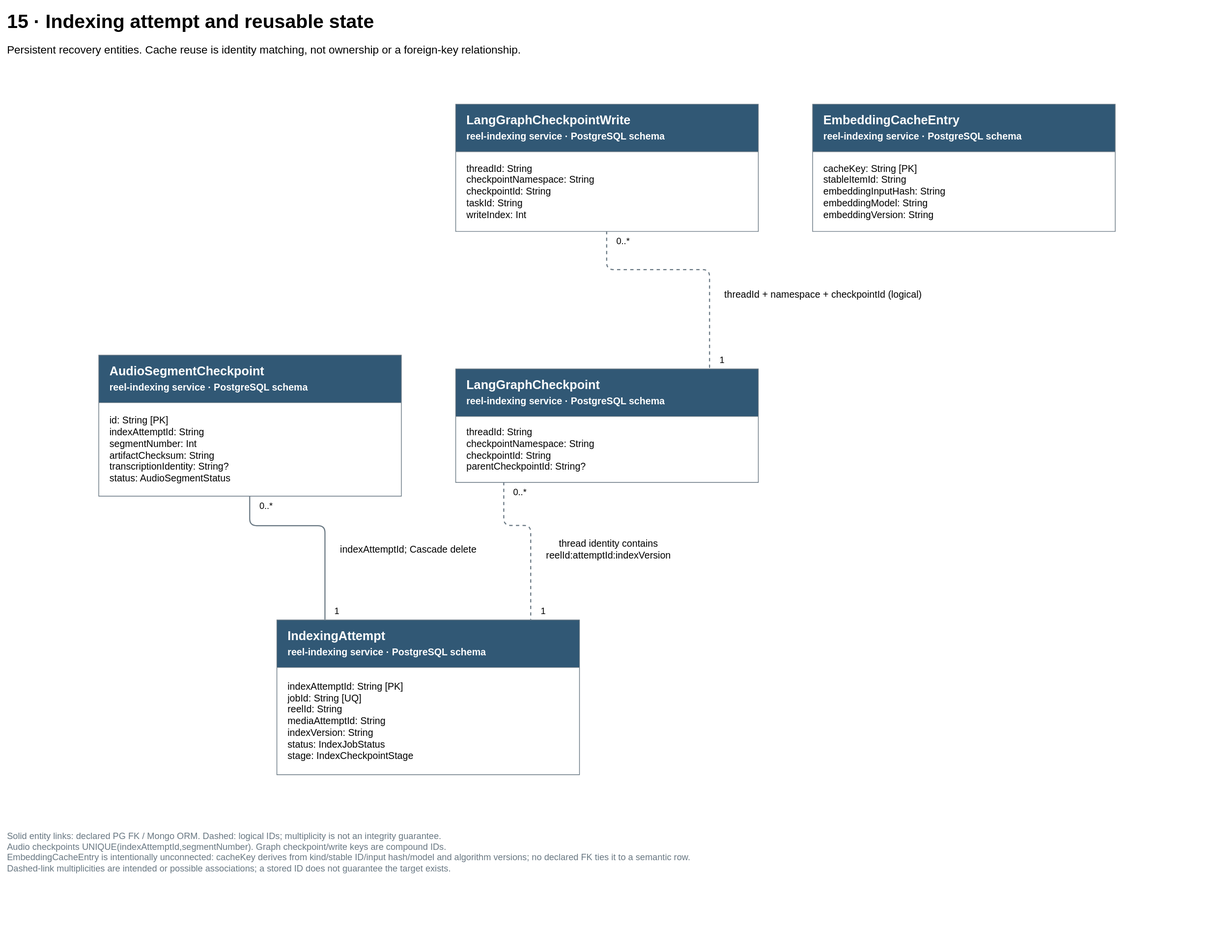
Above: docs/diagrams/velora-current/importable-svg/15-index-state.drawio.svg in HieuCuteDangYeu/velora-backend (draw.io), before the change. Source tidied: cells renumbered, new cells last; positions are measured from the earlier drawing's top-left corner, leaving out a move shared by most shapes.
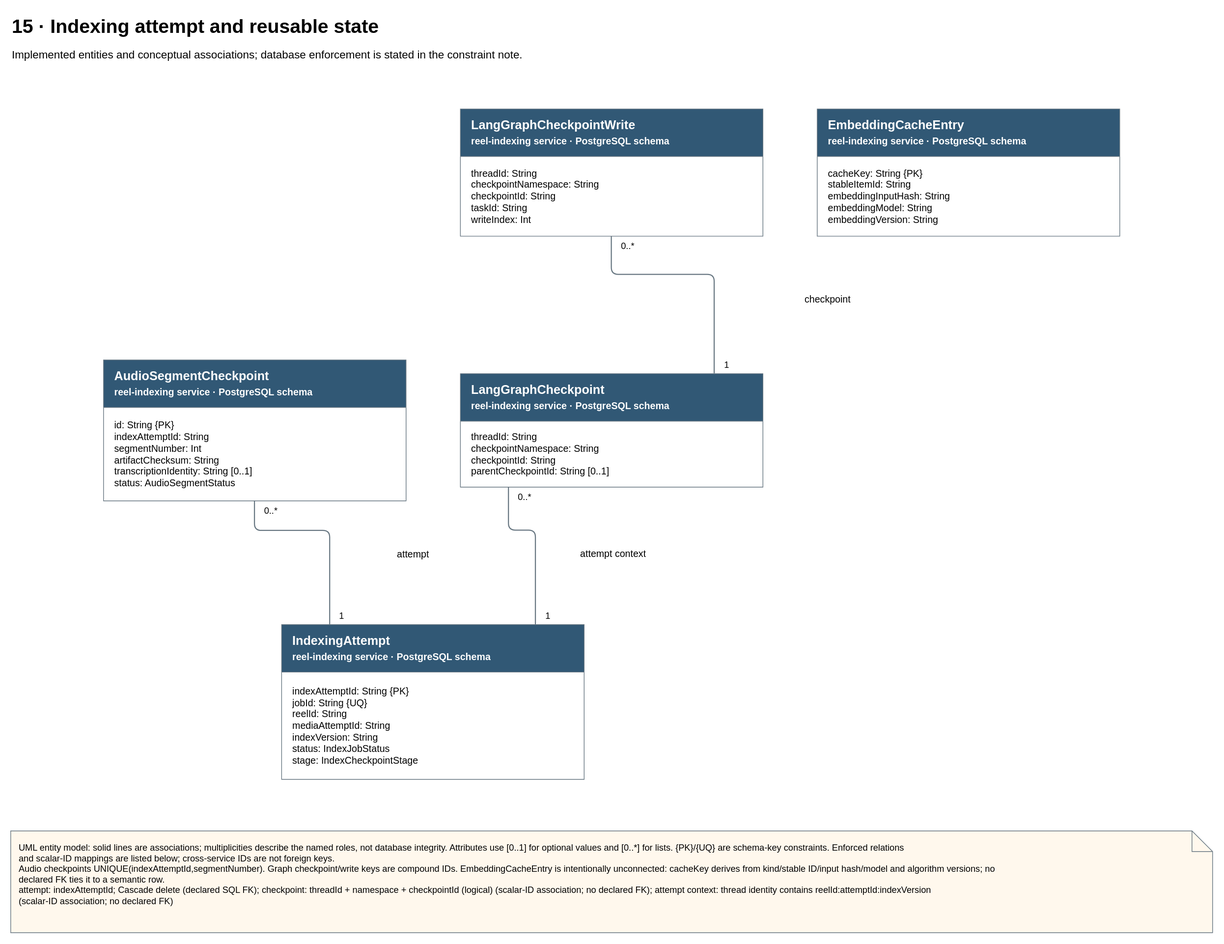
Later version of the same file.

Change to the diagram source:
```diff
@@ -10,7 +10,7 @@
         </Array>
       </mxGeometry>
     </mxCell>
-    <mxCell id="3" value="indexAttemptId; Cascade delete" style="text;html=1;whiteSpace=wrap;overflow=hidden;fontFamily=Arial;fontSize=14;align=center;verticalAlign=middle;fillColor=#ffffff;spacing=0;fontFamily=Arial;" parent="1" vertex="1">
+    <mxCell id="3" value="attempt" style="text;html=1;whiteSpace=wrap;overflow=hidden;fontFamily=Arial;fontSize=14;align=center;verticalAlign=middle;fillColor=#ffffff;spacing=0;fontFamily=Arial;" parent="1" vertex="1">
       <mxGeometry x="471.4" y="774.6" width="228.6" height="32" as="geometry" />
     </mxCell>
     <mxCell id="4" value="0..*" style="text;html=1;whiteSpace=wrap;overflow=hidden;fontFamily=Arial;fontSize=13;align=left;verticalAlign=middle;fontFamily=Arial;" parent="1" vertex="1">
@@ -19,7 +19,7 @@
     <mxCell id="5" value="1" style="text;html=1;whiteSpace=wrap;overflow=hidden;fontFamily=Arial;fontSize=13;align=left;verticalAlign=middle;fontFamily=Arial;" parent="1" vertex="1">
       <mxGeometry x="476.4" y="870" width="48" height="18" as="geometry" />
     </mxCell>
-    <mxCell id="6" style="edgeStyle=none;noEdgeStyle=1;html=1;strokeColor=#687782;strokeWidth=1.6;jumpStyle=arc;jumpSize=12;exitPerimeter=0;entryPerimeter=0;exitX=0.5;exitY=1.0;entryX=0.8400000000000001;entryY=0.0;endArrow=none;dashed=1;fontFamily=Arial;" parent="1" edge="1" source="20" target="18">
+    <mxCell id="6" style="edgeStyle=none;noEdgeStyle=1;html=1;strokeColor=#687782;strokeWidth=1.6;jumpStyle=arc;jumpSize=12;exitPerimeter=0;entryPerimeter=0;exitX=0.5;exitY=1.0;entryX=0.8400000000000001;entryY=0.0;endArrow=none;fontFamily=Arial;" parent="1" edge="1" source="20" target="18">
       <mxGeometry relative="1" as="geometry">
         <Array as="points">
           <mxPoint x="874" y="384" />
@@ -27,7 +27,7 @@
         </Array>
       </mxGeometry>
     </mxCell>
-    <mxCell id="7" value="threadId + namespace + checkpointId (logical)" style="text;html=1;whiteSpace=wrap;overflow=hidden;fontFamily=Arial;fontSize=14;align=center;verticalAlign=middle;fillColor=#ffffff;spacing=0;fontFamily=Arial;" parent="1" vertex="1">
+    <mxCell id="7" value="checkpoint" style="text;html=1;whiteSpace=wrap;overflow=hidden;fontFamily=Arial;fontSize=14;align=center;verticalAlign=middle;fillColor=#ffffff;spacing=0;fontFamily=Arial;" parent="1" vertex="1">
       <mxGeometry x="1030.6" y="404" width="314.8" height="32" as="geometry" />
     </mxCell>
     <mxCell id="8" value="0..*" style="text;html=1;whiteSpace=wrap;overflow=hidden;fontFamily=Arial;fontSize=13;align=left;verticalAlign=middle;fontFamily=Arial;" parent="1" vertex="1">
@@ -36,7 +36,7 @@
     <mxCell id="9" value="1" style="text;html=1;whiteSpace=wrap;overflow=hidden;fontFamily=Arial;fontSize=13;align=left;verticalAlign=middle;fontFamily=Arial;" parent="1" vertex="1">
       <mxGeometry x="1035.6" y="505" width="48" height="18" as="geometry" />
     </mxCell>
-    <mxCell id="10" style="edgeStyle=none;noEdgeStyle=1;html=1;strokeColor=#687782;strokeWidth=1.6;jumpStyle=arc;jumpSize=12;exitPerimeter=0;entryPerimeter=0;exitX=0.15999999999999995;exitY=1.0;entryX=0.8400000000000002;entryY=0.0;endArrow=none;dashed=1;fontFamily=Arial;" parent="1" edge="1" source="18" target="14">
+    <mxCell id="10" style="edgeStyle=none;noEdgeStyle=1;html=1;strokeColor=#687782;strokeWidth=1.6;jumpStyle=arc;jumpSize=12;exitPerimeter=0;entryPerimeter=0;exitX=0.15999999999999995;exitY=1.0;entryX=0.8400000000000002;entryY=0.0;endArrow=none;fontFamily=Arial;" parent="1" edge="1" source="18" target="14">
       <mxGeometry relative="1" as="geometry">
         <Array as="points">
           <mxPoint x="724.4" y="756" />
@@ -44,7 +44,7 @@
         </Array>
       </mxGeometry>
     </mxCell>
-    <mxCell id="11" value="thread identity contains&lt;br&gt;reelId:attemptId:indexVersion" style="text;html=1;whiteSpace=wrap;overflow=hidden;fontFamily=Arial;fontSize=14;align=center;verticalAlign=middle;fillColor=#ffffff;spacing=0;fontFamily=Arial;" parent="1" vertex="1">
+    <mxCell id="11" value="attempt context" style="text;html=1;whiteSpace=wrap;overflow=hidden;fontFamily=Arial;fontSize=14;align=center;verticalAlign=middle;fillColor=#ffffff;spacing=0;fontFamily=Arial;" parent="1" vertex="1">
       <mxGeometry x="770.6" y="764.3" width="210.7" height="52" as="geometry" />
     </mxCell>
     <mxCell id="12" value="0..*" style="text;html=1;whiteSpace=wrap;overflow=hidden;fontFamily=Arial;fontSize=13;align=left;verticalAlign=middle;fontFamily=Arial;" parent="1" vertex="1">
@@ -56,19 +56,19 @@
     <mxCell id="14" value="&lt;b&gt;IndexingAttempt&lt;/b&gt;&lt;br&gt;&lt;span style=&quot;font-size:14px;color:#ffffff&quot;&gt;reel-indexing service · PostgreSQL schema&lt;/span&gt;" style="swimlane;html=1;whiteSpace=wrap;align=left;verticalAlign=middle;startSize=69;fontSize=18;spacingLeft=14;fillColor=#315875;swimlaneFillColor=#ffffff;strokeColor=#687782;horizontal=1;fontFamily=Arial;fontColor=#ffffff;fontFamily=Arial;" parent="1" vertex="1">
       <mxGeometry x="394" y="893" width="440" height="225" as="geometry" />
     </mxCell>
-    <mxCell id="15" value="indexAttemptId: String [PK]&lt;br&gt;jobId: String [UQ]&lt;br&gt;reelId: String&lt;br&gt;mediaAttemptId: String&lt;br&gt;indexVersion: String&lt;br&gt;status: IndexJobStatus&lt;br&gt;stage: IndexCheckpointStage" style="text;html=1;whiteSpace=wrap;overflow=hidden;fontFamily=Arial;fontSize=14;align=left;verticalAlign=middle;spacingLeft=14;spacingRight=14;strokeColor=none;fillColor=none;fontFamily=Arial;" parent="14" vertex="1">
+    <mxCell id="15" value="indexAttemptId: String {PK}&lt;br&gt;jobId: String {UQ}&lt;br&gt;reelId: String&lt;br&gt;mediaAttemptId: String&lt;br&gt;indexVersion: String&lt;br&gt;status: IndexJobStatus&lt;br&gt;stage: IndexCheckpointStage" style="text;html=1;whiteSpace=wrap;overflow=hidden;fontFamily=Arial;fontSize=14;align=left;verticalAlign=middle;spacingLeft=14;spacingRight=14;strokeColor=none;fillColor=none;fontFamily=Arial;" parent="14" vertex="1">
       <mxGeometry y="69" width="440" height="156" as="geometry" />
     </mxCell>
     <mxCell id="16" value="&lt;b&gt;AudioSegmentCheckpoint&lt;/b&gt;&lt;br&gt;&lt;span style=&quot;font-size:14px;color:#ffffff&quot;&gt;reel-indexing service · PostgreSQL schema&lt;/span&gt;" style="swimlane;html=1;whiteSpace=wrap;align=left;verticalAlign=middle;startSize=69;fontSize=18;spacingLeft=14;fillColor=#315875;swimlaneFillColor=#ffffff;strokeColor=#687782;horizontal=1;fontFamily=Arial;fontColor=#ffffff;fontFamily=Arial;" parent="1" vertex="1">
       <mxGeometry x="135" y="508" width="440" height="205" as="geometry" />
     </mxCell>
-    <mxCell id="17" value="id: String [PK]&lt;br&gt;indexAttemptId: String&lt;br&gt;segmentNumber: Int&lt;br&gt;artifactChecksum: String&lt;br&gt;transcriptionIdentity: String?&lt;br&gt;status: AudioSegmentStatus" style="text;html=1;whiteSpace=wrap;overflow=hidden;fontFamily=Arial;fontSize=14;align=left;verticalAlign=middle;spacingLeft=14;spacingRight=14;strokeColor=none;fillColor=none;fontFamily=Arial;" parent="16" vertex="1">
+    <mxCell id="17" value="id: String {PK}&lt;br&gt;indexAttemptId: String&lt;br&gt;segmentNumber: Int&lt;br&gt;artifactChecksum: String&lt;br&gt;transcriptionIdentity: String [0..1]&lt;br&gt;status: AudioSegmentStatus" style="text;html=1;whiteSpace=wrap;overflow=hidden;fontFamily=Arial;fontSize=14;align=left;verticalAlign=middle;spacingLeft=14;spacingRight=14;strokeColor=none;fillColor=none;fontFamily=Arial;" parent="16" vertex="1">
       <mxGeometry y="69" width="440" height="136" as="geometry" />
     </mxCell>
     <mxCell id="18" value="&lt;b&gt;LangGraphCheckpoint&lt;/b&gt;&lt;br&gt;&lt;span style=&quot;font-size:14px;color:#ffffff&quot;&gt;reel-indexing service · PostgreSQL schema&lt;/span&gt;" style="swimlane;html=1;whiteSpace=wrap;align=left;verticalAlign=middle;startSize=69;fontSize=18;spacingLeft=14;fillColor=#315875;swimlaneFillColor=#ffffff;strokeColor=#687782;horizontal=1;fontFamily=Arial;fontColor=#ffffff;fontFamily=Arial;" parent="1" vertex="1">
       <mxGeometry x="654" y="528" width="440" height="165" as="geometry" />
     </mxCell>
-    <mxCell id="19" value="threadId: String&lt;br&gt;checkpointNamespace: String&lt;br&gt;checkpointId: String&lt;br&gt;parentCheckpointId: String?" style="text;html=1;whiteSpace=wrap;overflow=hidden;fontFamily=Arial;fontSize=14;align=left;verticalAlign=middle;spacingLeft=14;spacingRight=14;strokeColor=none;fillColor=none;fontFamily=Arial;" parent="18" vertex="1">
+    <mxCell id="19" value="threadId: String&lt;br&gt;checkpointNamespace: String&lt;br&gt;checkpointId: String&lt;br&gt;parentCheckpointId: String [0..1]" style="text;html=1;whiteSpace=wrap;overflow=hidden;fontFamily=Arial;fontSize=14;align=left;verticalAlign=middle;spacingLeft=14;spacingRight=14;strokeColor=none;fillColor=none;fontFamily=Arial;" parent="18" vertex="1">
       <mxGeometry y="69" width="440" height="96" as="geometry" />
     </mxCell>
     <mxCell id="20" value="&lt;b&gt;LangGraphCheckpointWrite&lt;/b&gt;&lt;br&gt;&lt;span style=&quot;font-size:14px;color:#ffffff&quot;&gt;reel-indexing service · PostgreSQL schema&lt;/span&gt;" style="swimlane;html=1;whiteSpace=wrap;align=left;verticalAlign=middle;startSize=69;fontSize=18;spacingLeft=14;fillColor=#315875;swimlaneFillColor=#ffffff;strokeColor=#687782;horizontal=1;fontFamily=Arial;fontColor=#ffffff;fontFamily=Arial;" parent="1" vertex="1">
@@ -80,17 +80,17 @@
     <mxCell id="22" value="&lt;b&gt;EmbeddingCacheEntry&lt;/b&gt;&lt;br&gt;&lt;span style=&quot;font-size:14px;color:#ffffff&quot;&gt;reel-indexing service · PostgreSQL schema&lt;/span&gt;" style="swimlane;html=1;whiteSpace=wrap;align=left;verticalAlign=middle;startSize=69;fontSize=18;spacingLeft=14;fillColor=#315875;swimlaneFillColor=#ffffff;strokeColor=#687782;horizontal=1;fontFamily=Arial;fontColor=#ffffff;fontFamily=Arial;" parent="1" vertex="1">
       <mxGeometry x="1173" y="143" width="440" height="185" as="geometry" />
     </mxCell>
-    <mxCell id="23" value="cacheKey: String [PK]&lt;br&gt;stableItemId: String&lt;br&gt;embeddingInputHash: String&lt;br&gt;embeddingModel: String&lt;br&gt;embeddingVersion: String" style="text;html=1;whiteSpace=wrap;overflow=hidden;fontFamily=Arial;fontSize=14;align=left;verticalAlign=middle;spacingLeft=14;spacingRight=14;strokeColor=none;fillColor=none;fontFamily=Arial;" parent="22" vertex="1">
+    <mxCell id="23" value="cacheKey: String {PK}&lt;br&gt;stableItemId: String&lt;br&gt;embeddingInputHash: String&lt;br&gt;embeddingModel: String&lt;br&gt;embeddingVersion: String" style="text;html=1;whiteSpace=wrap;overflow=hidden;fontFamily=Arial;fontSize=14;align=left;verticalAlign=middle;spacingLeft=14;spacingRight=14;strokeColor=none;fillColor=none;fontFamily=Arial;" parent="22" vertex="1">
       <mxGeometry y="69" width="440" height="116" as="geometry" />
     </mxCell>
     <mxCell id="24" value="15 · Indexing attempt and reusable state" style="text;html=1;whiteSpace=wrap;overflow=hidden;fontFamily=Arial;fontSize=28;fontStyle=1;align=left;fontFamily=Arial;" parent="1" vertex="1">
       <mxGeometry width="1748" height="45" as="geometry" />
     </mxCell>
-    <mxCell id="25" value="Persistent recovery entities. Cache reuse is identity matching, not ownership or a foreign-key relationship." style="text;html=1;whiteSpace=wrap;overflow=hidden;fontFamily=Arial;fontSize=16;align=left;fontFamily=Arial;" parent="1" vertex="1">
+    <mxCell id="25" value="Implemented entities and conceptual associations; database enforcement is stated in the constraint note." style="text;html=1;whiteSpace=wrap;overflow=hidden;fontFamily=Arial;fontSize=16;align=left;fontFamily=Arial;" parent="1" vertex="1">
       <mxGeometry y="48" width="1748" height="65" as="geometry" />
     </mxCell>
-    <mxCell id="26" value="Solid entity links: declared PG FK / Mongo ORM. Dashed: logical IDs; multiplicity is not an integrity guarantee.&lt;br&gt;Audio checkpoints UNIQUE(indexAttemptId,segmentNumber). Graph checkpoint/write keys are compound IDs.&lt;br&gt;EmbeddingCacheEntry is intentionally unconnected: cacheKey derives from kind/stable ID/input hash/model and algorithm versions; no declared FK ties it to a semantic row.&lt;br&gt;Dashed-link multiplicities are intended or possible associations; a stored ID does not guarantee the target exists." style="text;html=1;whiteSpace=wrap;overflow=hidden;fontFamily=Arial;fontSize=13;align=left;verticalAlign=top;fontColor=#687782;fontFamily=Arial;" parent="1" vertex="1">
-      <mxGeometry y="1193" width="1748" height="135" as="geometry" />
+    <mxCell id="26" value="UML entity model: solid lines are associations; multiplicities describe the named roles, not database integrity. Attributes use [0..1] for optional values and [0..*] for lists. {PK}/{UQ} are schema-key constraints. Enforced relations&lt;br&gt;and scalar-ID mappings are listed below; cross-service IDs are not foreign keys.&lt;br&gt;Audio checkpoints UNIQUE(indexAttemptId,segmentNumber). Graph checkpoint/write keys are compound IDs. EmbeddingCacheEntry is intentionally unconnected: cacheKey derives from kind/stable ID/input hash/model and algorithm versions; no&lt;br&gt;declared FK ties it to a semantic row.&lt;br&gt;attempt: indexAttemptId; Cascade delete (declared SQL FK); checkpoint: threadId + namespace + checkpointId (logical) (scalar-ID association; no declared FK); attempt context: thread identity contains reelId:attemptId:indexVersion&lt;br&gt;(scalar-ID association; no declared FK)" style="shape=note;html=1;whiteSpace=wrap;overflow=hidden;fontFamily=Arial;fontSize=13;align=left;verticalAlign=top;spacing=12;fillColor=#fff8ed;strokeColor=#687782;" parent="1" vertex="1">
+      <mxGeometry y="1193" width="1748" height="148" as="geometry" />
     </mxCell>
   </root>
 </mxGraphModel>
```
